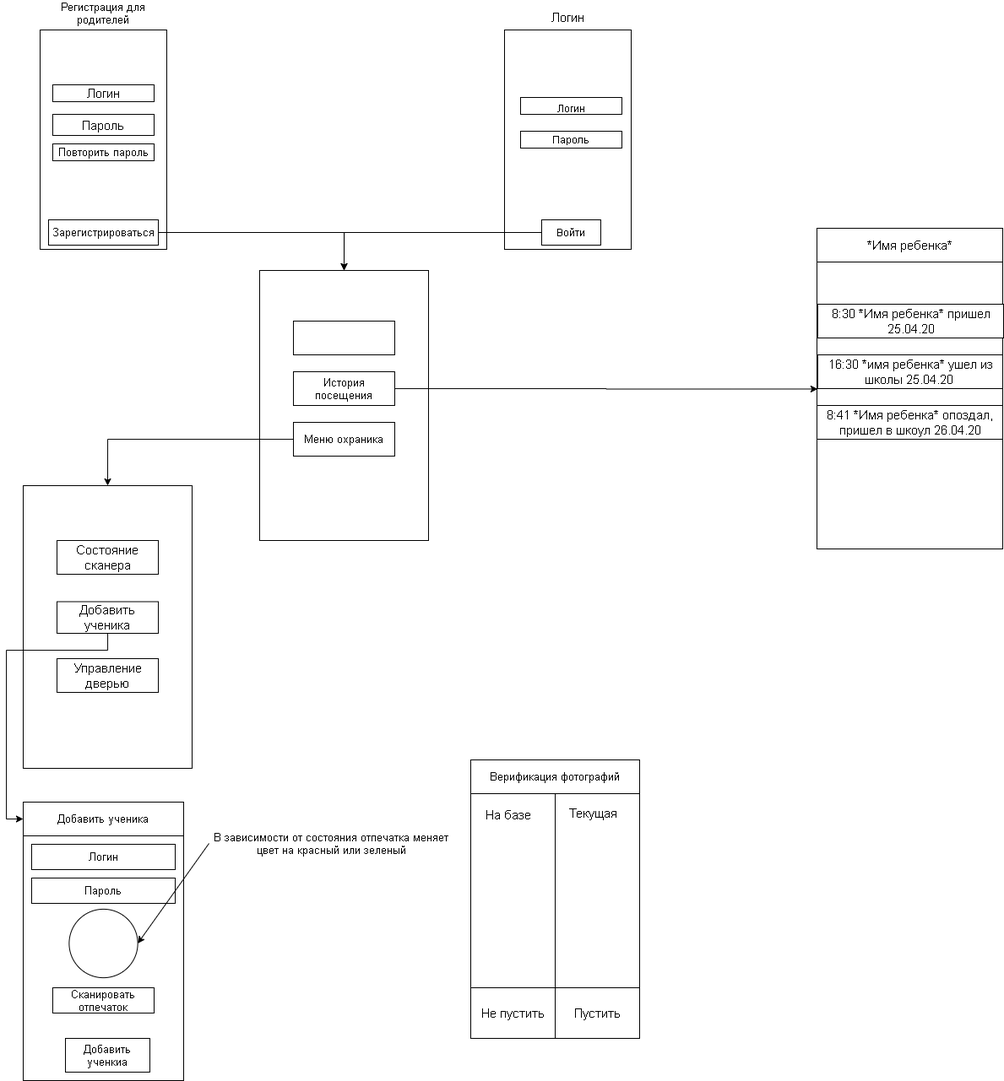
Above: schema.png in Njves/njves.github.io (draw.io), before the change. Source tidied: cells renumbered, new cells last; positions are measured from the earlier drawing's top-left corner, leaving out a move shared by most shapes. The source it was exported from:
```xml
<mxGraphModel>
  <root>
    <mxCell id="0" />
    <mxCell id="1" parent="0" />
    <mxCell id="2" style="rounded=0;whiteSpace=wrap;html=1;fontSize=15;textOpacity=0;direction=east;" parent="1" vertex="1">
      <mxGeometry x="960" y="270" width="220" height="380" as="geometry" />
    </mxCell>
    <mxCell id="3" style="rounded=0;whiteSpace=wrap;html=1;" parent="1" vertex="1">
      <mxGeometry x="590" y="35" width="150" height="260" as="geometry" />
    </mxCell>
    <mxCell id="4" style="rounded=0;whiteSpace=wrap;html=1;" parent="1" vertex="1">
      <mxGeometry x="609" y="115" width="120" height="20" as="geometry" />
    </mxCell>
    <mxCell id="5" value="Логин" style="text;html=1;strokeColor=none;fillColor=none;align=center;verticalAlign=middle;whiteSpace=wrap;rounded=0;" parent="1" vertex="1">
      <mxGeometry x="614" y="120" width="110" height="15" as="geometry" />
    </mxCell>
    <mxCell id="6" style="rounded=0;whiteSpace=wrap;html=1;" parent="1" vertex="1">
      <mxGeometry x="609" y="155" width="120" height="20" as="geometry" />
    </mxCell>
    <mxCell id="7" value="Пароль" style="text;html=1;strokeColor=none;fillColor=none;align=center;verticalAlign=middle;whiteSpace=wrap;rounded=0;" parent="1" vertex="1">
      <mxGeometry x="614" y="155" width="110" height="20" as="geometry" />
    </mxCell>
    <mxCell id="8" style="edgeStyle=orthogonalEdgeStyle;rounded=0;jettySize=auto;html=1;entryX=0.5;entryY=0;entryDx=0;entryDy=0;fontSize=15;" parent="1" edge="1" source="9" target="22">
      <mxGeometry relative="1" as="geometry" />
    </mxCell>
    <mxCell id="9" style="rounded=0;whiteSpace=wrap;html=1;" parent="1" vertex="1">
      <mxGeometry x="634" y="260" width="70" height="30" as="geometry" />
    </mxCell>
    <mxCell id="10" value="Войти" style="text;html=1;strokeColor=none;fillColor=none;align=center;verticalAlign=middle;whiteSpace=wrap;rounded=0;" parent="1" vertex="1">
      <mxGeometry x="649" y="265" width="40" height="20" as="geometry" />
    </mxCell>
    <mxCell id="11" style="rounded=0;whiteSpace=wrap;html=1;spacing=-1;" parent="1" vertex="1">
      <mxGeometry x="40" y="35" width="150" height="260" as="geometry" />
    </mxCell>
    <mxCell id="12" style="rounded=0;whiteSpace=wrap;html=1;" parent="1" vertex="1">
      <mxGeometry x="55" y="100" width="120" height="20" as="geometry" />
    </mxCell>
    <mxCell id="13" value="Логин" style="text;html=1;strokeColor=none;fillColor=none;align=center;verticalAlign=middle;whiteSpace=wrap;rounded=0;fontSize=15;" parent="1" vertex="1">
      <mxGeometry x="595" y="5" width="140" height="30" as="geometry" />
    </mxCell>
    <mxCell id="14" value="Логин" style="text;html=1;strokeColor=none;fillColor=none;align=center;verticalAlign=middle;whiteSpace=wrap;rounded=0;fontSize=15;" parent="1" vertex="1">
      <mxGeometry x="60" y="100" width="110" height="20" as="geometry" />
    </mxCell>
    <mxCell id="15" style="rounded=0;whiteSpace=wrap;html=1;fontSize=15;" parent="1" vertex="1">
      <mxGeometry x="55" y="135" width="120" height="25" as="geometry" />
    </mxCell>
    <mxCell id="16" value="Пароль" style="text;html=1;strokeColor=none;fillColor=none;align=center;verticalAlign=middle;whiteSpace=wrap;rounded=0;fontSize=15;" parent="1" vertex="1">
      <mxGeometry x="60" y="138" width="110" height="20" as="geometry" />
    </mxCell>
    <mxCell id="17" style="rounded=0;whiteSpace=wrap;html=1;fontSize=15;" parent="1" vertex="1">
      <mxGeometry x="55" y="170" width="120" height="20" as="geometry" />
    </mxCell>
    <mxCell id="18" value="Повторить пароль" style="text;html=1;strokeColor=none;fillColor=none;align=center;verticalAlign=middle;whiteSpace=wrap;rounded=0;fontSize=13;" parent="1" vertex="1">
      <mxGeometry x="60" y="170" width="110" height="20" as="geometry" />
    </mxCell>
    <mxCell id="19" style="edgeStyle=orthogonalEdgeStyle;rounded=0;jettySize=auto;html=1;entryX=0.5;entryY=0;entryDx=0;entryDy=0;fontSize=15;" parent="1" edge="1" source="20" target="22">
      <mxGeometry relative="1" as="geometry" />
    </mxCell>
    <mxCell id="20" value="Зарегистрироваться" style="rounded=0;whiteSpace=wrap;html=1;fontSize=13;" parent="1" vertex="1">
      <mxGeometry x="50" y="260" width="130" height="30" as="geometry" />
    </mxCell>
    <mxCell id="21" value="Регистрация для родителей" style="text;html=1;strokeColor=none;fillColor=none;align=center;verticalAlign=middle;whiteSpace=wrap;rounded=0;fontSize=13;" parent="1" vertex="1">
      <mxGeometry x="40" width="150" height="30" as="geometry" />
    </mxCell>
    <mxCell id="22" style="rounded=0;whiteSpace=wrap;html=1;fontSize=13;" parent="1" vertex="1">
      <mxGeometry x="300" y="320" width="200" height="320" as="geometry" />
    </mxCell>
    <mxCell id="23" style="edgeStyle=orthogonalEdgeStyle;rounded=0;jettySize=auto;html=1;entryX=0.004;entryY=0.472;entryDx=0;entryDy=0;entryPerimeter=0;fontSize=15;" parent="1" edge="1" source="24">
      <mxGeometry relative="1" as="geometry">
        <mxPoint x="960.9" y="460.5" as="targetPoint" />
      </mxGeometry>
    </mxCell>
    <mxCell id="24" value="История посещения" style="rounded=0;whiteSpace=wrap;html=1;fontSize=13;" parent="1" vertex="1">
      <mxGeometry x="340" y="440" width="120" height="40" as="geometry" />
    </mxCell>
    <mxCell id="25" style="edgeStyle=orthogonalEdgeStyle;rounded=0;jettySize=auto;html=1;entryX=0.5;entryY=0;entryDx=0;entryDy=0;fontSize=15;" parent="1" edge="1" source="26" target="48">
      <mxGeometry relative="1" as="geometry" />
    </mxCell>
    <mxCell id="26" value="Меню охраника" style="rounded=0;whiteSpace=wrap;html=1;fontSize=13;" parent="1" vertex="1">
      <mxGeometry x="340" y="500" width="120" height="40" as="geometry" />
    </mxCell>
    <mxCell id="27" style="rounded=0;whiteSpace=wrap;html=1;fontSize=13;" parent="1" vertex="1">
      <mxGeometry x="340" y="380" width="120" height="40" as="geometry" />
    </mxCell>
    <mxCell id="28" style="rounded=0;whiteSpace=wrap;html=1;fontSize=13;" parent="1" vertex="1">
      <mxGeometry x="20" y="955" width="190" height="325" as="geometry" />
    </mxCell>
    <mxCell id="29" value="Добавить ученика" style="rounded=0;whiteSpace=wrap;html=1;fontSize=13;" parent="1" vertex="1">
      <mxGeometry x="20" y="950" width="190" height="40" as="geometry" />
    </mxCell>
    <mxCell id="30" value="Логин" style="rounded=0;whiteSpace=wrap;html=1;fontSize=13;" parent="1" vertex="1">
      <mxGeometry x="30" y="1000" width="170" height="30" as="geometry" />
    </mxCell>
    <mxCell id="31" value="Пароль" style="rounded=0;whiteSpace=wrap;html=1;fontSize=13;" parent="1" vertex="1">
      <mxGeometry x="30" y="1040" width="170" height="30" as="geometry" />
    </mxCell>
    <mxCell id="32" value="Сканировать отпечаток" style="rounded=0;whiteSpace=wrap;html=1;fontSize=13;" parent="1" vertex="1">
      <mxGeometry x="55" y="1170" width="120" height="30" as="geometry" />
    </mxCell>
    <mxCell id="33" style="ellipse;whiteSpace=wrap;html=1;fontSize=13;" parent="1" vertex="1">
      <mxGeometry x="74.4" y="1076.9" width="81.2" height="81.2" as="geometry" />
    </mxCell>
    <mxCell id="34" style="endArrow=classic;html=1;fontSize=13;entryX=1;entryY=0.5;entryDx=0;entryDy=0;exitX=0;exitY=0.5;exitDx=0;exitDy=0;" parent="1" edge="1" source="35" target="33">
      <mxGeometry relative="1" as="geometry" />
    </mxCell>
    <mxCell id="35" value="В зависимости от состояния отпечатка меняет цвет на красный или зеленый" style="text;html=1;strokeColor=none;fillColor=none;align=center;verticalAlign=middle;whiteSpace=wrap;rounded=0;fontSize=13;" parent="1" vertex="1">
      <mxGeometry x="240" y="958" width="290" height="82" as="geometry" />
    </mxCell>
    <mxCell id="36" value="Добавить ученкиа" style="rounded=0;whiteSpace=wrap;html=1;fontSize=13;" parent="1" vertex="1">
      <mxGeometry x="70" y="1230" width="100" height="40" as="geometry" />
    </mxCell>
    <mxCell id="37" style="rounded=0;whiteSpace=wrap;html=1;fontSize=13;" parent="1" vertex="1">
      <mxGeometry x="550" y="900" width="200" height="330" as="geometry" />
    </mxCell>
    <mxCell id="38" value="Верификация фотографий" style="rounded=0;whiteSpace=wrap;html=1;fontSize=13;" parent="1" vertex="1">
      <mxGeometry x="550" y="900" width="200" height="40" as="geometry" />
    </mxCell>
    <mxCell id="39" style="endArrow=none;html=1;fontSize=13;exitX=0.5;exitY=1;exitDx=0;exitDy=0;" parent="1" edge="1" source="37">
      <mxGeometry relative="1" as="geometry">
        <mxPoint x="650" y="940" as="targetPoint" />
      </mxGeometry>
    </mxCell>
    <mxCell id="40" value="На базе" style="text;html=1;strokeColor=none;fillColor=none;align=center;verticalAlign=middle;whiteSpace=wrap;rounded=0;fontSize=15;" parent="1" vertex="1">
      <mxGeometry x="560" y="950" width="70" height="30" as="geometry" />
    </mxCell>
    <mxCell id="41" value="Текущая" style="text;html=1;strokeColor=none;fillColor=none;align=center;verticalAlign=middle;whiteSpace=wrap;rounded=0;fontSize=15;" parent="1" vertex="1">
      <mxGeometry x="660" y="950" width="70" height="25" as="geometry" />
    </mxCell>
    <mxCell id="42" value="Не пустить" style="rounded=0;whiteSpace=wrap;html=1;fontSize=15;" parent="1" vertex="1">
      <mxGeometry x="550" y="1170" width="100" height="60" as="geometry" />
    </mxCell>
    <mxCell id="43" value="Пустить" style="rounded=0;whiteSpace=wrap;html=1;fontSize=15;" parent="1" vertex="1">
      <mxGeometry x="650" y="1170" width="100" height="60" as="geometry" />
    </mxCell>
    <mxCell id="44" value="*Имя ребенка*" style="rounded=0;whiteSpace=wrap;html=1;fontSize=15;spacingTop=3;spacingBottom=2;spacingLeft=3;spacingRight=2;" parent="1" vertex="1">
      <mxGeometry x="960" y="270" width="220" height="40" as="geometry" />
    </mxCell>
    <mxCell id="45" value="8:30 *Имя ребенка* пришел 25.04.20" style="rounded=0;whiteSpace=wrap;html=1;fontSize=15;spacingTop=3;spacingBottom=2;spacingLeft=3;spacingRight=2;" parent="1" vertex="1">
      <mxGeometry x="961" y="360" width="220" height="40" as="geometry" />
    </mxCell>
    <mxCell id="46" value="16:30 *имя ребенка* ушел из школы 25.04.20&amp;nbsp;" style="rounded=0;whiteSpace=wrap;html=1;fontSize=15;spacingTop=3;spacingBottom=2;spacingLeft=3;spacingRight=2;" parent="1" vertex="1">
      <mxGeometry x="961" y="420" width="219" height="40" as="geometry" />
    </mxCell>
    <mxCell id="47" value="8:41 *Имя ребенка* опоздал, пришел в шкоул 26.04.20" style="rounded=0;whiteSpace=wrap;html=1;fontSize=15;spacingTop=3;spacingBottom=2;spacingLeft=3;spacingRight=2;" parent="1" vertex="1">
      <mxGeometry x="960" y="480" width="220" height="40" as="geometry" />
    </mxCell>
    <mxCell id="48" style="rounded=0;whiteSpace=wrap;html=1;fontSize=15;" parent="1" vertex="1">
      <mxGeometry x="20" y="575" width="200" height="335" as="geometry" />
    </mxCell>
    <mxCell id="49" value="Состояние сканера" style="rounded=0;whiteSpace=wrap;html=1;fontSize=15;" parent="1" vertex="1">
      <mxGeometry x="60" y="640" width="120" height="40" as="geometry" />
    </mxCell>
    <mxCell id="50" style="edgeStyle=orthogonalEdgeStyle;rounded=0;jettySize=auto;html=1;entryX=0;entryY=0.5;entryDx=0;entryDy=0;fontSize=15;" parent="1" edge="1" source="51" target="29">
      <mxGeometry relative="1" as="geometry">
        <Array as="points">
          <mxPoint x="120" y="770" />
          <mxPoint y="770" />
          <mxPoint y="970" />
        </Array>
      </mxGeometry>
    </mxCell>
    <mxCell id="51" value="Добавить ученика" style="rounded=0;whiteSpace=wrap;html=1;fontSize=15;" parent="1" vertex="1">
      <mxGeometry x="60" y="712.5" width="120" height="37.5" as="geometry" />
    </mxCell>
    <mxCell id="52" value="Управление дверью" style="rounded=0;whiteSpace=wrap;html=1;fontSize=15;" parent="1" vertex="1">
      <mxGeometry x="60" y="780" width="120" height="40" as="geometry" />
    </mxCell>
  </root>
</mxGraphModel>
```
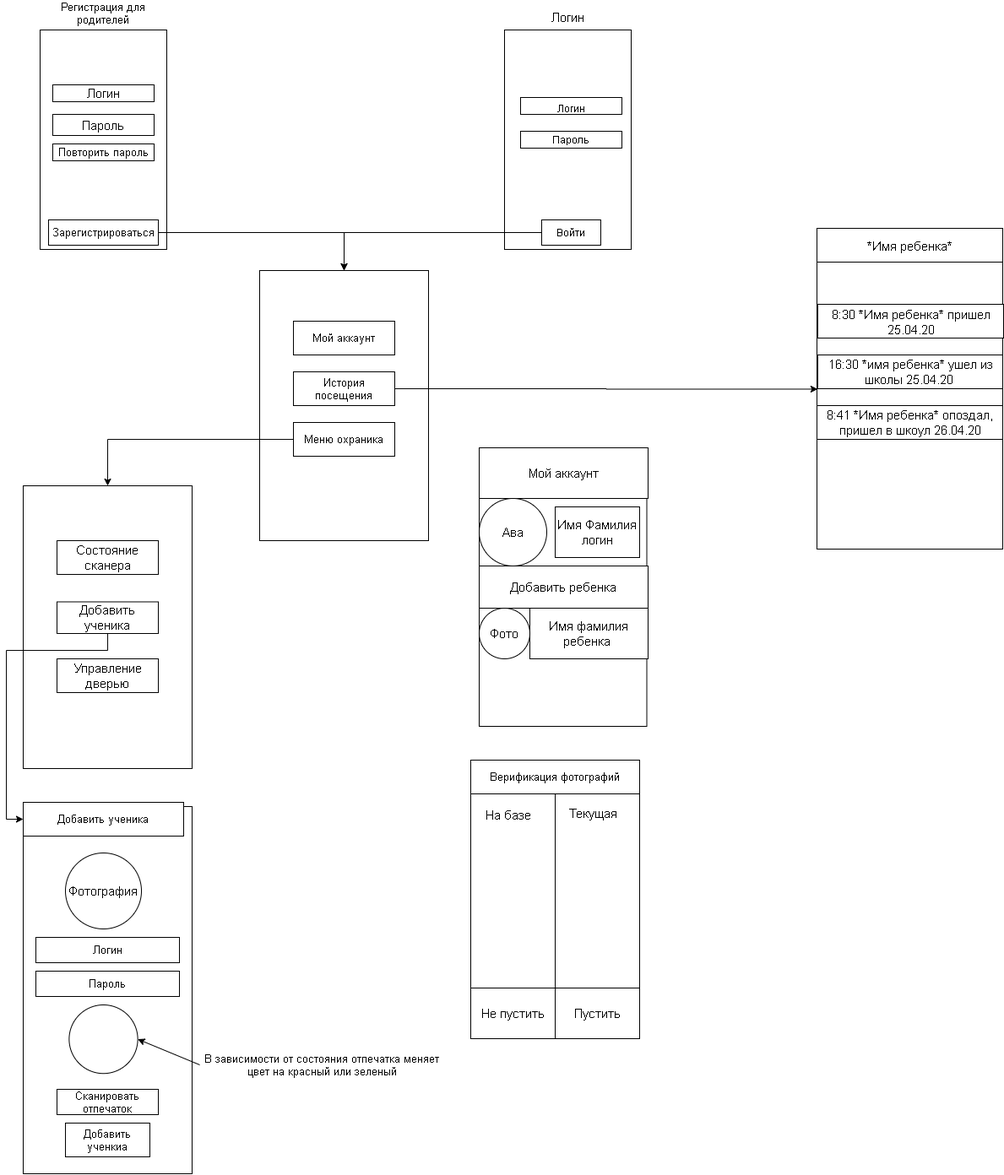
The same diagram one commit later.

What changed in the source:
```diff
@@ -79,35 +79,35 @@
     <mxCell id="26" value="Меню охраника" style="rounded=0;whiteSpace=wrap;html=1;fontSize=13;" parent="1" vertex="1">
       <mxGeometry x="340" y="500" width="120" height="40" as="geometry" />
     </mxCell>
-    <mxCell id="27" style="rounded=0;whiteSpace=wrap;html=1;fontSize=13;" parent="1" vertex="1">
+    <mxCell id="27" value="Мой аккаунт" style="rounded=0;whiteSpace=wrap;html=1;fontSize=13;" parent="1" vertex="1">
       <mxGeometry x="340" y="380" width="120" height="40" as="geometry" />
     </mxCell>
     <mxCell id="28" style="rounded=0;whiteSpace=wrap;html=1;fontSize=13;" parent="1" vertex="1">
-      <mxGeometry x="20" y="955" width="190" height="325" as="geometry" />
+      <mxGeometry x="20" y="955" width="200" height="435" as="geometry" />
     </mxCell>
     <mxCell id="29" value="Добавить ученика" style="rounded=0;whiteSpace=wrap;html=1;fontSize=13;" parent="1" vertex="1">
       <mxGeometry x="20" y="950" width="190" height="40" as="geometry" />
     </mxCell>
     <mxCell id="30" value="Логин" style="rounded=0;whiteSpace=wrap;html=1;fontSize=13;" parent="1" vertex="1">
-      <mxGeometry x="30" y="1000" width="170" height="30" as="geometry" />
+      <mxGeometry x="35" y="1110" width="170" height="30" as="geometry" />
     </mxCell>
     <mxCell id="31" value="Пароль" style="rounded=0;whiteSpace=wrap;html=1;fontSize=13;" parent="1" vertex="1">
-      <mxGeometry x="30" y="1040" width="170" height="30" as="geometry" />
+      <mxGeometry x="35" y="1150" width="170" height="30" as="geometry" />
     </mxCell>
     <mxCell id="32" value="Сканировать отпечаток" style="rounded=0;whiteSpace=wrap;html=1;fontSize=13;" parent="1" vertex="1">
-      <mxGeometry x="55" y="1170" width="120" height="30" as="geometry" />
+      <mxGeometry x="60" y="1290" width="120" height="30" as="geometry" />
     </mxCell>
     <mxCell id="33" style="ellipse;whiteSpace=wrap;html=1;fontSize=13;" parent="1" vertex="1">
-      <mxGeometry x="74.4" y="1076.9" width="81.2" height="81.2" as="geometry" />
+      <mxGeometry x="74.4" y="1190" width="81.2" height="81.2" as="geometry" />
     </mxCell>
     <mxCell id="34" style="endArrow=classic;html=1;fontSize=13;entryX=1;entryY=0.5;entryDx=0;entryDy=0;exitX=0;exitY=0.5;exitDx=0;exitDy=0;" parent="1" edge="1" source="35" target="33">
       <mxGeometry relative="1" as="geometry" />
     </mxCell>
     <mxCell id="35" value="В зависимости от состояния отпечатка меняет цвет на красный или зеленый" style="text;html=1;strokeColor=none;fillColor=none;align=center;verticalAlign=middle;whiteSpace=wrap;rounded=0;fontSize=13;" parent="1" vertex="1">
-      <mxGeometry x="240" y="958" width="290" height="82" as="geometry" />
+      <mxGeometry x="229" y="1220" width="290" height="82" as="geometry" />
     </mxCell>
     <mxCell id="36" value="Добавить ученкиа" style="rounded=0;whiteSpace=wrap;html=1;fontSize=13;" parent="1" vertex="1">
-      <mxGeometry x="70" y="1230" width="100" height="40" as="geometry" />
+      <mxGeometry x="70" y="1330" width="100" height="40" as="geometry" />
     </mxCell>
     <mxCell id="37" style="rounded=0;whiteSpace=wrap;html=1;fontSize=13;" parent="1" vertex="1">
       <mxGeometry x="550" y="900" width="200" height="330" as="geometry" />
@@ -165,5 +165,29 @@
     <mxCell id="52" value="Управление дверью" style="rounded=0;whiteSpace=wrap;html=1;fontSize=15;" parent="1" vertex="1">
       <mxGeometry x="60" y="780" width="120" height="40" as="geometry" />
     </mxCell>
+    <mxCell id="53" value="Фотография" style="ellipse;whiteSpace=wrap;html=1;fontSize=15;" parent="1" vertex="1">
+      <mxGeometry x="70" y="1010" width="90" height="90" as="geometry" />
+    </mxCell>
+    <mxCell id="54" style="rounded=0;whiteSpace=wrap;html=1;fontSize=15;" parent="1" vertex="1">
+      <mxGeometry x="560" y="530" width="198.5" height="330" as="geometry" />
+    </mxCell>
+    <mxCell id="55" value="Мой аккаунт" style="rounded=0;whiteSpace=wrap;html=1;fontSize=15;" parent="1" vertex="1">
+      <mxGeometry x="560" y="530" width="200" height="60" as="geometry" />
+    </mxCell>
+    <mxCell id="56" value="Ава" style="ellipse;whiteSpace=wrap;html=1;fontSize=15;" parent="1" vertex="1">
+      <mxGeometry x="560" y="590" width="80" height="80" as="geometry" />
+    </mxCell>
+    <mxCell id="57" value="Имя Фамилия логин" style="rounded=0;whiteSpace=wrap;html=1;fontSize=15;" parent="1" vertex="1">
+      <mxGeometry x="650" y="600" width="100" height="60" as="geometry" />
+    </mxCell>
+    <mxCell id="58" value="Добавить ребенка" style="rounded=0;whiteSpace=wrap;html=1;fontSize=15;" parent="1" vertex="1">
+      <mxGeometry x="560" y="670" width="200" height="50" as="geometry" />
+    </mxCell>
+    <mxCell id="59" value="Имя фамилия ребенка&amp;nbsp;" style="rounded=0;whiteSpace=wrap;html=1;fontSize=15;" parent="1" vertex="1">
+      <mxGeometry x="620" y="720" width="140" height="60" as="geometry" />
+    </mxCell>
+    <mxCell id="60" value="Фото" style="ellipse;whiteSpace=wrap;html=1;fontSize=15;" parent="1" vertex="1">
+      <mxGeometry x="560" y="720" width="60" height="60" as="geometry" />
+    </mxCell>
   </root>
 </mxGraphModel>
```
